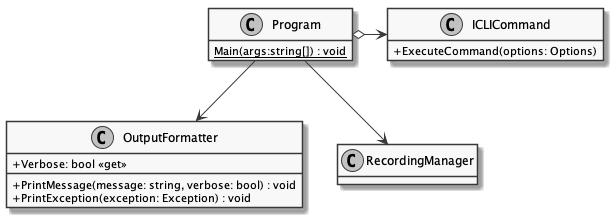
insightmind/MORR keeps this PlantUML diagram as documents/sd/resources/Classes/Core/CLI/Program.png. Above is the earlier version.
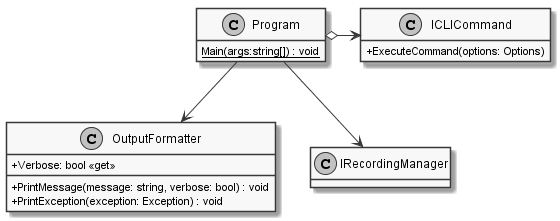
The same file after the commit.

Diff of the diagram source:
```diff
@@ -20,5 +20,5 @@
 
 Program o-> ICLICommand
 Program --> OutputFormatter
-Program --> RecordingManager
+Program --> IRecordingManager
 @enduml
```
